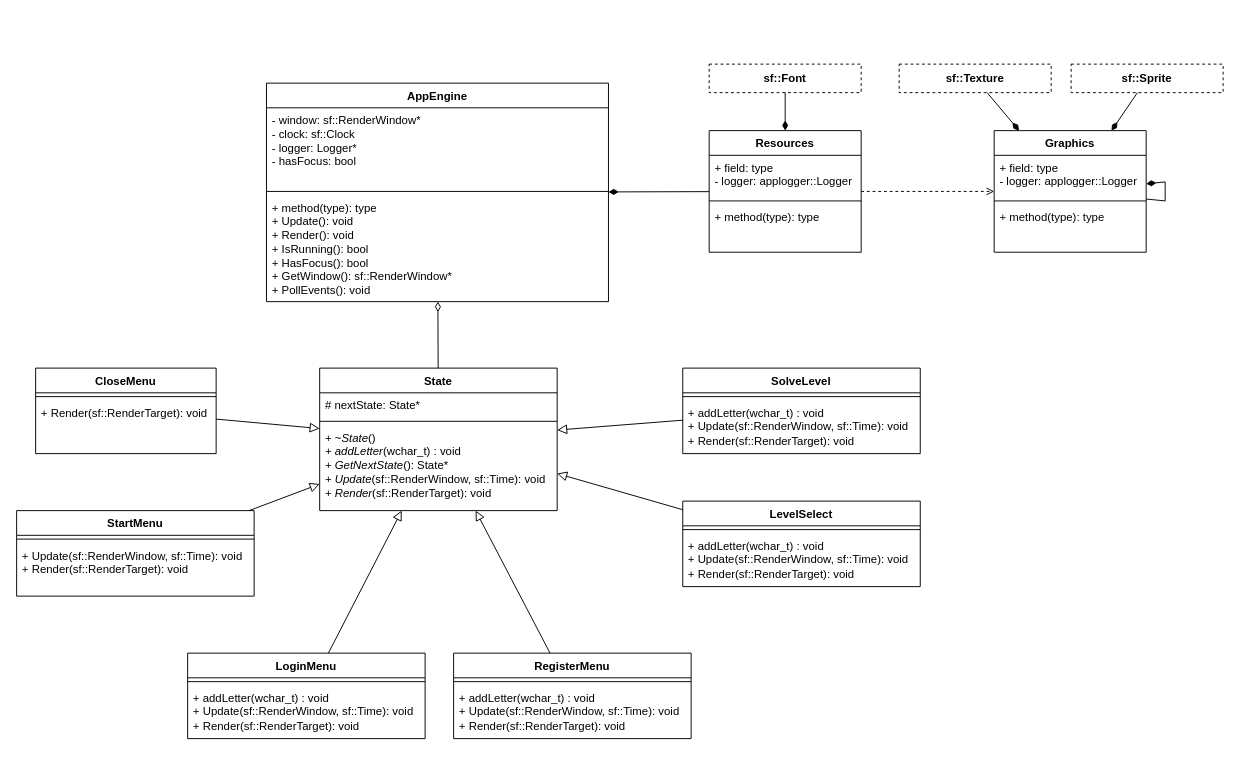
Above: page "diagram_klas_maszyna_stanów" (12 of 23) of plan.drawio in bravePeer/BScThesis (draw.io), before the change. Source tidied: cells renumbered, new cells numbered last; positions are measured from the earlier drawing's top-left corner, leaving out a move shared by most shapes. Both pictures are drawn from the tidied source at 95%, with x=0, y=0 at pixel (16, 64).
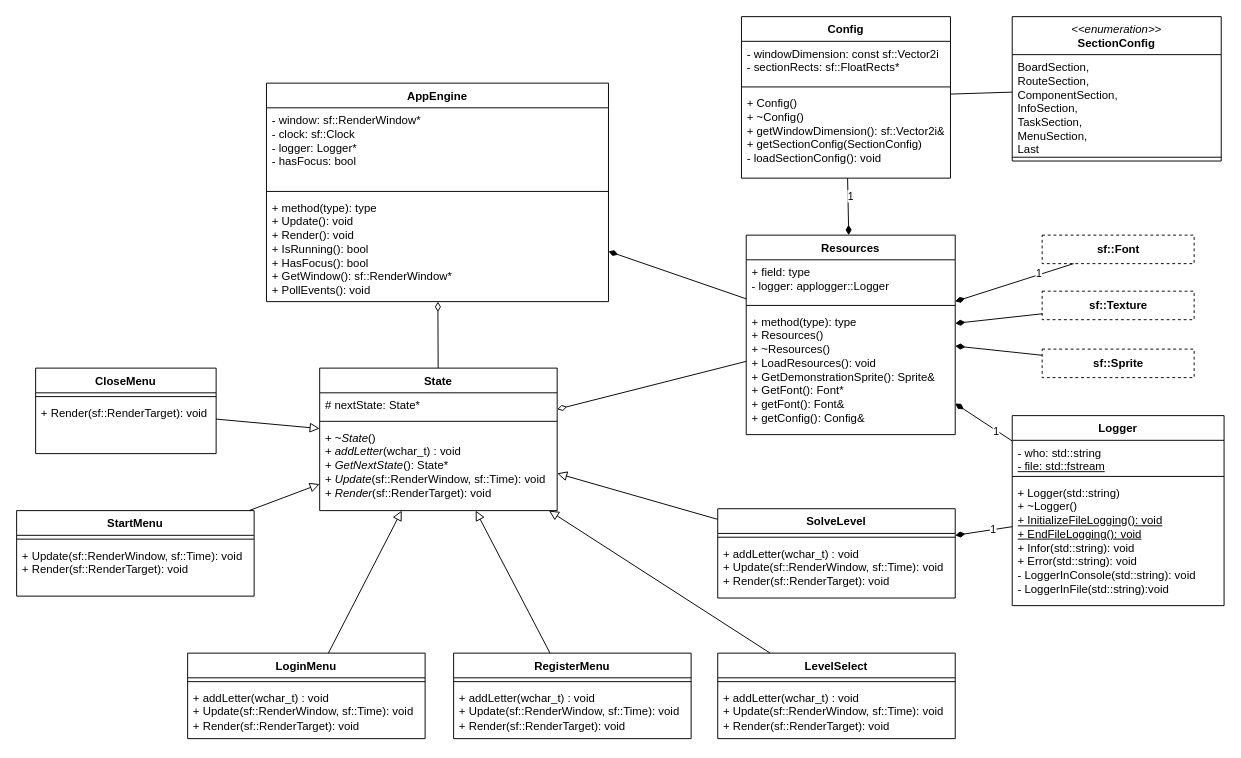
The same page after the edit.

The change refers to these unchanged cells:
```xml
<mxCell id="2" value="State" style="swimlane;fontStyle=1;align=center;verticalAlign=top;horizontal=1;startSize=26;whiteSpace=wrap;html=1;" parent="1" vertex="1">
  <mxGeometry x="319" y="320" width="250" height="150" as="geometry" />
</mxCell>
```

Diff of the diagram source:
```diff
@@
     <mxCell id="15" value="LevelSelect" style="swimlane;fontStyle=1;align=center;verticalAlign=top;horizontal=1;startSize=26;whiteSpace=wrap;html=1;" parent="1" vertex="1">
-      <mxGeometry x="701.2" y="460" width="250" height="90" as="geometry" />
+      <mxGeometry x="738" y="620" width="250" height="90" as="geometry" />
     </mxCell>
@@
-    <mxCell id="18" value="SolveLevel" style="swimlane;fontStyle=1;align=center;verticalAlign=top;horizontal=1;startSize=26;whiteSpace=wrap;html=1;" parent="1" vertex="1">
-      <mxGeometry x="701.2" y="320" width="250" height="90" as="geometry" />
-    </mxCell>
-    <mxCell id="19" style="line;strokeWidth=1;fillColor=none;align=left;verticalAlign=middle;spacingTop=-1;spacingLeft=3;spacingRight=3;labelPosition=right;strokeColor=inherit;" parent="18" vertex="1">
-      <mxGeometry y="26" width="250" height="8" as="geometry" />
-    </mxCell>
-    <mxCell id="20" value="+&amp;nbsp;&lt;span style=&quot;border-color: var(--border-color);&quot;&gt;addLetter&lt;/span&gt;(wchar_t) : void&lt;br style=&quot;border-color: var(--border-color);&quot;&gt;+&amp;nbsp;&lt;span style=&quot;border-color: var(--border-color);&quot;&gt;Update&lt;/span&gt;(sf::RenderWindow, sf::Time): void&lt;br style=&quot;border-color: var(--border-color);&quot;&gt;+&amp;nbsp;&lt;span style=&quot;border-color: var(--border-color);&quot;&gt;Render&lt;/span&gt;(sf::RenderTarget): void" style="text;strokeColor=none;fillColor=none;align=left;verticalAlign=top;spacingLeft=4;spacingRight=4;overflow=hidden;whiteSpace=wrap;html=1;" parent="18" vertex="1">
-      <mxGeometry y="34" width="250" height="56" as="geometry" />
-    </mxCell>
@@
     <mxCell id="40" value="Resources" style="swimlane;fontStyle=1;align=center;verticalAlign=top;horizontal=1;startSize=26;whiteSpace=wrap;html=1;" parent="1" vertex="1">
-      <mxGeometry x="729" y="70" width="160" height="128" as="geometry" />
+      <mxGeometry x="768" y="180" width="220" height="210" as="geometry" />
     </mxCell>
     <mxCell id="41" value="+ field: type&lt;br&gt;- logger: applogger::Logger" style="text;strokeColor=none;fillColor=none;align=left;verticalAlign=top;spacingLeft=4;spacingRight=4;overflow=hidden;whiteSpace=wrap;html=1;" parent="40" vertex="1">
-      <mxGeometry y="26" width="160" height="44" as="geometry" />
+      <mxGeometry y="26" width="220" height="44" as="geometry" />
     </mxCell>
     <mxCell id="42" style="line;strokeWidth=1;fillColor=none;align=left;verticalAlign=middle;spacingTop=-1;spacingLeft=3;spacingRight=3;labelPosition=right;strokeColor=inherit;" parent="40" vertex="1">
-      <mxGeometry y="70" width="160" height="8" as="geometry" />
+      <mxGeometry y="70" width="220" height="8" as="geometry" />
     </mxCell>
-    <mxCell id="43" value="+ method(type): type&lt;br&gt;" style="text;strokeColor=none;fillColor=none;align=left;verticalAlign=top;spacingLeft=4;spacingRight=4;overflow=hidden;whiteSpace=wrap;html=1;" parent="40" vertex="1">
-      <mxGeometry y="78" width="160" height="50" as="geometry" />
+    <mxCell id="43" value="+ method(type): type&lt;br&gt;+ Resources()&lt;br&gt;+ ~Resources()&lt;br&gt;+&amp;nbsp;LoadResources(): void&lt;br&gt;+&amp;nbsp;GetDemonstrationSprite(): Sprite&amp;amp;&lt;br&gt;+ GetFont(): Font*&lt;br&gt;+ getFont(): Font&amp;amp;&lt;br&gt;+ getConfig(): Config&amp;amp;" style="text;strokeColor=none;fillColor=none;align=left;verticalAlign=top;spacingLeft=4;spacingRight=4;overflow=hidden;whiteSpace=wrap;html=1;" parent="40" vertex="1">
+      <mxGeometry y="78" width="220" height="132" as="geometry" />
     </mxCell>
@@
-    <mxCell id="46" value="Graphics" style="swimlane;fontStyle=1;align=center;verticalAlign=top;horizontal=1;startSize=26;whiteSpace=wrap;html=1;" parent="1" vertex="1">
-      <mxGeometry x="1029" y="70" width="160" height="128" as="geometry" />
-    </mxCell>
-    <mxCell id="47" value="+ field: type&lt;br&gt;- logger: applogger::Logger" style="text;strokeColor=none;fillColor=none;align=left;verticalAlign=top;spacingLeft=4;spacingRight=4;overflow=hidden;whiteSpace=wrap;html=1;" parent="46" vertex="1">
-      <mxGeometry y="26" width="160" height="44" as="geometry" />
-    </mxCell>
-    <mxCell id="48" style="line;strokeWidth=1;fillColor=none;align=left;verticalAlign=middle;spacingTop=-1;spacingLeft=3;spacingRight=3;labelPosition=right;strokeColor=inherit;" parent="46" vertex="1">
-      <mxGeometry y="70" width="160" height="8" as="geometry" />
-    </mxCell>
-    <mxCell id="49" value="+ method(type): type&lt;br style=&quot;border-color: var(--border-color);&quot;&gt;" style="text;strokeColor=none;fillColor=none;align=left;verticalAlign=top;spacingLeft=4;spacingRight=4;overflow=hidden;whiteSpace=wrap;html=1;" parent="46" vertex="1">
-      <mxGeometry y="78" width="160" height="50" as="geometry" />
-    </mxCell>
-    <mxCell id="50" style="endArrow=none;startArrow=diamondThin;endFill=0;startFill=1;html=1;verticalAlign=bottom;labelBackgroundColor=none;strokeWidth=1;startSize=8;endSize=8;rounded=0;" parent="1" edge="1" source="46" target="46">
-      <mxGeometry relative="1" as="geometry" />
-    </mxCell>
     <mxCell id="51" value="&lt;b&gt;sf::Font&lt;/b&gt;" style="rounded=0;whiteSpace=wrap;html=1;dashed=1;" parent="1" vertex="1">
-      <mxGeometry x="729" width="160" height="30" as="geometry" />
+      <mxGeometry x="1079.5" y="180" width="160" height="30" as="geometry" />
     </mxCell>
+    <mxCell id="57" style="endArrow=none;startArrow=diamondThin;endFill=0;startFill=1;html=1;verticalAlign=bottom;labelBackgroundColor=none;strokeWidth=1;startSize=8;endSize=8;rounded=0;" parent="1" edge="1" source="40" target="51">
+      <mxGeometry relative="1" as="geometry" />
+    </mxCell>
+    <mxCell id="58" value="1" style="edgeLabel;html=1;align=center;verticalAlign=middle;" parent="57" vertex="1">
+      <mxGeometry x="0.4" y="1" relative="1" as="geometry" />
+    </mxCell>
+    <mxCell id="18" value="SolveLevel" style="swimlane;fontStyle=1;align=center;verticalAlign=top;horizontal=1;startSize=26;whiteSpace=wrap;html=1;" parent="1" vertex="1">
+      <mxGeometry x="738" y="468" width="250" height="94" as="geometry" />
+    </mxCell>
+    <mxCell id="19" style="line;strokeWidth=1;fillColor=none;align=left;verticalAlign=middle;spacingTop=-1;spacingLeft=3;spacingRight=3;labelPosition=right;strokeColor=inherit;" parent="18" vertex="1">
+      <mxGeometry y="26" width="250" height="8" as="geometry" />
+    </mxCell>
+    <mxCell id="59" value="+&amp;nbsp;addLetter(wchar_t) : void&lt;br style=&quot;border-color: var(--border-color);&quot;&gt;+&amp;nbsp;&lt;span style=&quot;border-color: var(--border-color);&quot;&gt;Update&lt;/span&gt;(sf::RenderWindow, sf::Time): void&lt;br style=&quot;border-color: var(--border-color);&quot;&gt;+&amp;nbsp;&lt;span style=&quot;border-color: var(--border-color);&quot;&gt;Render&lt;/span&gt;(sf::RenderTarget): void" style="text;strokeColor=none;fillColor=none;align=left;verticalAlign=top;spacingLeft=4;spacingRight=4;overflow=hidden;whiteSpace=wrap;html=1;" parent="18" vertex="1">
+      <mxGeometry y="34" width="250" height="60" as="geometry" />
+    </mxCell>
     <mxCell id="52" value="&lt;b&gt;sf::Texture&lt;/b&gt;" style="rounded=0;whiteSpace=wrap;html=1;dashed=1;" parent="1" vertex="1">
-      <mxGeometry x="929" width="160" height="30" as="geometry" />
+      <mxGeometry x="1079.5" y="239" width="160" height="30" as="geometry" />
     </mxCell>
     <mxCell id="53" value="&lt;b&gt;sf::Sprite&lt;/b&gt;" style="rounded=0;whiteSpace=wrap;html=1;dashed=1;" parent="1" vertex="1">
-      <mxGeometry x="1110" width="160" height="30" as="geometry" />
+      <mxGeometry x="1079.5" y="300" width="160" height="30" as="geometry" />
     </mxCell>
-    <mxCell id="54" style="endArrow=none;startArrow=diamondThin;endFill=0;startFill=1;html=1;verticalAlign=bottom;labelBackgroundColor=none;strokeWidth=1;startSize=8;endSize=8;rounded=0;" parent="1" edge="1" source="46" target="53">
-      <mxGeometry relative="1" as="geometry" />
-    </mxCell>
-    <mxCell id="55" style="endArrow=none;startArrow=diamondThin;endFill=0;startFill=1;html=1;verticalAlign=bottom;labelBackgroundColor=none;strokeWidth=1;startSize=8;endSize=8;rounded=0;" parent="1" edge="1" source="46" target="52">
-      <mxGeometry relative="1" as="geometry" />
-    </mxCell>
-    <mxCell id="56" style="html=1;verticalAlign=bottom;labelBackgroundColor=none;endArrow=open;endFill=0;dashed=1;rounded=0;" parent="1" edge="1" source="40" target="46">
-      <mxGeometry relative="1" as="geometry" />
-    </mxCell>
-    <mxCell id="57" style="endArrow=none;startArrow=diamondThin;endFill=0;startFill=1;html=1;verticalAlign=bottom;labelBackgroundColor=none;strokeWidth=1;startSize=8;endSize=8;rounded=0;" parent="1" edge="1" source="40" target="51">
-      <mxGeometry relative="1" as="geometry" />
-    </mxCell>
+    <mxCell id="60" style="endArrow=none;startArrow=diamondThin;endFill=0;startFill=1;html=1;verticalAlign=bottom;labelBackgroundColor=none;strokeWidth=1;startSize=8;endSize=8;rounded=0;" parent="1" edge="1" source="40" target="53">
+      <mxGeometry relative="1" as="geometry" />
+    </mxCell>
+    <mxCell id="61" style="endArrow=none;startArrow=diamondThin;endFill=0;startFill=1;html=1;verticalAlign=bottom;labelBackgroundColor=none;strokeWidth=1;startSize=8;endSize=8;rounded=0;" parent="1" edge="1" source="40" target="52">
+      <mxGeometry relative="1" as="geometry" />
+    </mxCell>
+    <mxCell id="62" style="endArrow=none;startArrow=diamondThin;endFill=0;startFill=0;html=1;verticalAlign=bottom;labelBackgroundColor=none;strokeWidth=1;startSize=8;endSize=8;rounded=0;" parent="1" edge="1" source="2" target="40">
+      <mxGeometry relative="1" as="geometry" />
+    </mxCell>
+    <mxCell id="63" value="Config" style="swimlane;fontStyle=1;align=center;verticalAlign=top;horizontal=1;startSize=26;whiteSpace=wrap;html=1;" parent="1" vertex="1">
+      <mxGeometry x="763" y="-50" width="220" height="170" as="geometry" />
+    </mxCell>
+    <mxCell id="64" value="- windowDimension: const sf::Vector2i&lt;br&gt;- sectionRects: sf::FloatRects*" style="text;strokeColor=none;fillColor=none;align=left;verticalAlign=top;spacingLeft=4;spacingRight=4;overflow=hidden;whiteSpace=wrap;html=1;" parent="63" vertex="1">
+      <mxGeometry y="26" width="220" height="44" as="geometry" />
+    </mxCell>
+    <mxCell id="65" style="line;strokeWidth=1;fillColor=none;align=left;verticalAlign=middle;spacingTop=-1;spacingLeft=3;spacingRight=3;labelPosition=right;strokeColor=inherit;" parent="63" vertex="1">
+      <mxGeometry y="70" width="220" height="8" as="geometry" />
+    </mxCell>
+    <mxCell id="66" value="+ Config()&lt;br&gt;+ ~Config()&lt;br&gt;+ getWindowDimension(): sf::Vector2i&amp;amp;&lt;br&gt;+&amp;nbsp;getSectionConfig(SectionConfig)&lt;br&gt;- loadSectionConfig(): void" style="text;strokeColor=none;fillColor=none;align=left;verticalAlign=top;spacingLeft=4;spacingRight=4;overflow=hidden;whiteSpace=wrap;html=1;" parent="63" vertex="1">
+      <mxGeometry y="78" width="220" height="92" as="geometry" />
+    </mxCell>
+    <mxCell id="67" value="Logger" style="swimlane;fontStyle=1;align=center;verticalAlign=top;horizontal=1;startSize=26;whiteSpace=wrap;html=1;" parent="1" vertex="1">
+      <mxGeometry x="1048" y="370" width="223" height="200" as="geometry" />
+    </mxCell>
+    <mxCell id="68" value="- who: std::string&lt;br&gt;&lt;u&gt;- file: std::fstream&lt;/u&gt;" style="text;strokeColor=none;fillColor=none;align=left;verticalAlign=top;spacingLeft=4;spacingRight=4;overflow=hidden;whiteSpace=wrap;html=1;" parent="67" vertex="1">
+      <mxGeometry y="26" width="223" height="34" as="geometry" />
+    </mxCell>
+    <mxCell id="69" style="line;strokeWidth=1;fillColor=none;align=left;verticalAlign=middle;spacingTop=-1;spacingLeft=3;spacingRight=3;labelPosition=right;strokeColor=inherit;" parent="67" vertex="1">
+      <mxGeometry y="60" width="223" height="8" as="geometry" />
+    </mxCell>
+    <mxCell id="70" value="+ Logger(std::string)&lt;br&gt;+ ~Logger()&lt;br&gt;&lt;u&gt;+ InitializeFileLogging(): void&lt;br&gt;+ EndFileLogging(): void&lt;br&gt;&lt;/u&gt;+ Infor(std::string): void&lt;br&gt;+ Error(std::string): void&lt;br&gt;-&amp;nbsp;LoggerInConsole(std::string): void&lt;br&gt;- LoggerInFile(std::string):void" style="text;strokeColor=none;fillColor=none;align=left;verticalAlign=top;spacingLeft=4;spacingRight=4;overflow=hidden;whiteSpace=wrap;html=1;" parent="67" vertex="1">
+      <mxGeometry y="68" width="223" height="132" as="geometry" />
+    </mxCell>
+    <mxCell id="71" style="endArrow=none;startArrow=diamondThin;endFill=0;startFill=1;html=1;verticalAlign=bottom;labelBackgroundColor=none;strokeWidth=1;startSize=8;endSize=8;rounded=0;" parent="1" edge="1" source="40" target="63">
+      <mxGeometry relative="1" as="geometry" />
+    </mxCell>
+    <mxCell id="72" value="1" style="edgeLabel;html=1;align=center;verticalAlign=middle;" parent="71" vertex="1">
+      <mxGeometry x="0.41" y="-1" relative="1" as="geometry">
+        <mxPoint x="1" y="1" as="offset" />
+      </mxGeometry>
+    </mxCell>
+    <mxCell id="73" style="endArrow=none;startArrow=diamondThin;endFill=0;startFill=1;html=1;verticalAlign=bottom;labelBackgroundColor=none;strokeWidth=1;startSize=8;endSize=8;rounded=0;" parent="1" edge="1" source="40" target="67">
+      <mxGeometry relative="1" as="geometry" />
+    </mxCell>
+    <mxCell id="74" value="1" style="edgeLabel;html=1;align=center;verticalAlign=middle;" parent="73" vertex="1">
+      <mxGeometry x="0.44" y="-1" relative="1" as="geometry" />
+    </mxCell>
+    <mxCell id="75" style="endArrow=none;startArrow=diamondThin;endFill=0;startFill=1;html=1;verticalAlign=bottom;labelBackgroundColor=none;strokeWidth=1;startSize=8;endSize=8;rounded=0;" parent="1" edge="1" source="18" target="67">
+      <mxGeometry relative="1" as="geometry" />
+    </mxCell>
+    <mxCell id="76" value="1" style="edgeLabel;html=1;align=center;verticalAlign=middle;" parent="75" vertex="1">
+      <mxGeometry x="0.35" relative="1" as="geometry">
+        <mxPoint x="-1" as="offset" />
+      </mxGeometry>
+    </mxCell>
+    <mxCell id="77" value="&lt;span style=&quot;font-weight: normal;&quot;&gt;&lt;i&gt;&amp;lt;&amp;lt;enumeration&amp;gt;&amp;gt;&lt;br&gt;&lt;/i&gt;&lt;/span&gt;SectionConfig" style="swimlane;fontStyle=1;align=center;verticalAlign=top;horizontal=1;startSize=40;whiteSpace=wrap;html=1;" parent="1" vertex="1">
+      <mxGeometry x="1048" y="-50" width="220" height="152" as="geometry" />
+    </mxCell>
+    <mxCell id="78" value="&lt;div&gt;BoardSection,&lt;/div&gt;&lt;div&gt;RouteSection,&lt;/div&gt;&lt;div&gt;ComponentSection,&lt;/div&gt;&lt;div&gt;InfoSection,&lt;/div&gt;&lt;div&gt;TaskSection,&lt;/div&gt;&lt;div&gt;MenuSection,&lt;/div&gt;&lt;div&gt;Last&lt;/div&gt;" style="text;strokeColor=none;fillColor=none;align=left;verticalAlign=top;spacingLeft=4;spacingRight=4;overflow=hidden;whiteSpace=wrap;html=1;" parent="77" vertex="1">
+      <mxGeometry y="40" width="220" height="104" as="geometry" />
+    </mxCell>
+    <mxCell id="79" style="line;strokeWidth=1;fillColor=none;align=left;verticalAlign=middle;spacingTop=-1;spacingLeft=3;spacingRight=3;labelPosition=right;strokeColor=inherit;" parent="77" vertex="1">
+      <mxGeometry y="144" width="220" height="8" as="geometry" />
+    </mxCell>
+    <mxCell id="80" style="endArrow=none;startArrow=none;endFill=0;startFill=0;endSize=8;html=1;verticalAlign=bottom;labelBackgroundColor=none;strokeWidth=1;rounded=0;" parent="1" edge="1" source="63" target="77">
+      <mxGeometry relative="1" as="geometry" />
+    </mxCell>
```
